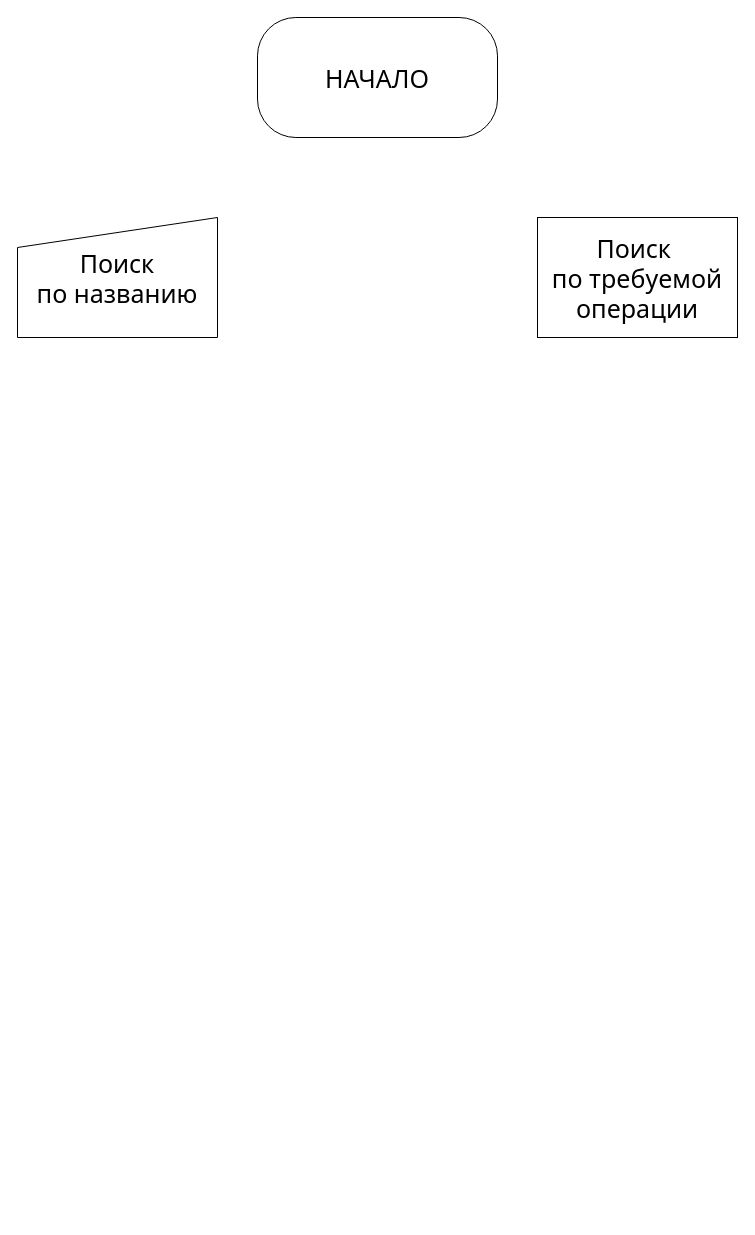
Before: Untitled 3.drawio in khanhbg339/Myproject, a draw.io diagram. Source tidied: cells renumbered, new cells numbered last; positions are measured from the earlier drawing's top-left corner, leaving out a move shared by most shapes. Both pictures are drawn from the tidied source at 100%, with x=0, y=0 at pixel (17, 17).
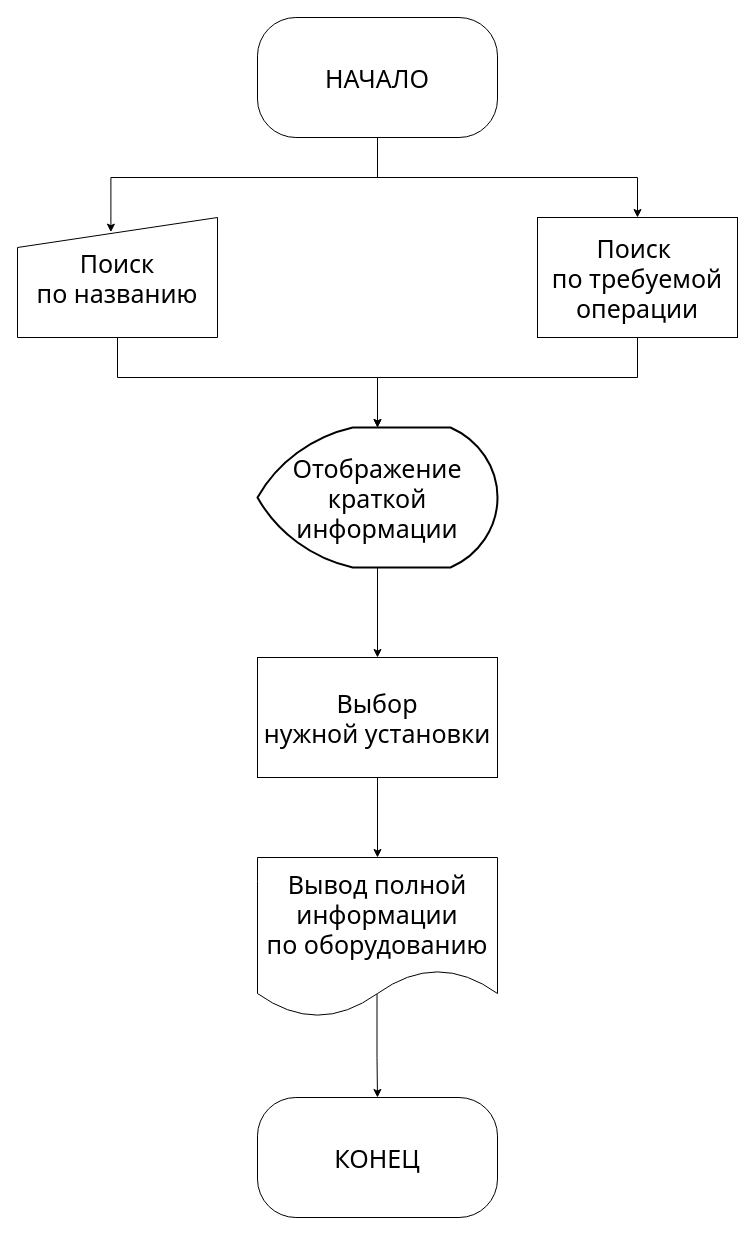
The same diagram, later.

Unchanged cells that the change refers to:
```xml
<mxCell id="2" value="&lt;font style=&quot;font-size: 25px;&quot;&gt;НАЧАЛО&lt;/font&gt;" style="rounded=1;whiteSpace=wrap;html=1;arcSize=32;fontFamily=Tahoma;fontSize=25;" parent="1" vertex="1">
  <mxGeometry x="240" width="240" height="120" as="geometry" />
</mxCell>
<mxCell id="3" value="Поиск &lt;br style=&quot;font-size: 25px;&quot;&gt;по названию" style="shape=manualInput;whiteSpace=wrap;html=1;fontSize=25;fontFamily=Tahoma;" parent="1" vertex="1">
  <mxGeometry y="200" width="200" height="120" as="geometry" />
</mxCell>
<mxCell id="4" value="Поиск&amp;nbsp;&lt;br style=&quot;font-size: 25px;&quot;&gt;по требуемой операции" style="rounded=0;whiteSpace=wrap;html=1;fontFamily=Tahoma;fontSize=25;" parent="1" vertex="1">
  <mxGeometry x="520" y="200" width="200" height="120" as="geometry" />
</mxCell>
```

The edit, as a diff of the source:
```diff
@@
+    <mxCell id="5" style="edgeStyle=orthogonalEdgeStyle;rounded=0;jettySize=auto;html=1;entryX=0.467;entryY=0.122;entryDx=0;entryDy=0;entryPerimeter=0;" parent="1" edge="1" source="2" target="3">
+      <mxGeometry relative="1" as="geometry">
+        <Array as="points">
+          <mxPoint x="360" y="160" />
+          <mxPoint x="93" y="160" />
+        </Array>
+      </mxGeometry>
+    </mxCell>
+    <mxCell id="6" style="edgeStyle=orthogonalEdgeStyle;rounded=0;jettySize=auto;html=1;exitX=0.5;exitY=1;exitDx=0;exitDy=0;entryX=0.5;entryY=0;entryDx=0;entryDy=0;" parent="1" edge="1" source="2" target="4">
+      <mxGeometry relative="1" as="geometry" />
+    </mxCell>
@@
+    <mxCell id="7" style="edgeStyle=orthogonalEdgeStyle;rounded=0;jettySize=auto;html=1;entryX=0.5;entryY=0;entryDx=0;entryDy=0;entryPerimeter=0;" parent="1" edge="1" source="3" target="10">
+      <mxGeometry relative="1" as="geometry">
+        <Array as="points">
+          <mxPoint x="100" y="360" />
+          <mxPoint x="360" y="360" />
+        </Array>
+      </mxGeometry>
+    </mxCell>
@@
+    <mxCell id="8" style="edgeStyle=orthogonalEdgeStyle;rounded=0;jettySize=auto;html=1;exitX=0.5;exitY=1;exitDx=0;exitDy=0;entryX=0.5;entryY=0;entryDx=0;entryDy=0;entryPerimeter=0;" parent="1" edge="1" source="4" target="10">
+      <mxGeometry relative="1" as="geometry">
+        <Array as="points">
+          <mxPoint x="620" y="360" />
+          <mxPoint x="360" y="360" />
+        </Array>
+      </mxGeometry>
+    </mxCell>
@@
+    <mxCell id="9" style="edgeStyle=orthogonalEdgeStyle;rounded=0;jettySize=auto;html=1;exitX=0.5;exitY=1;exitDx=0;exitDy=0;exitPerimeter=0;entryX=0.5;entryY=0;entryDx=0;entryDy=0;" parent="1" edge="1" source="10" target="12">
+      <mxGeometry relative="1" as="geometry" />
+    </mxCell>
+    <mxCell id="10" value="Отображение &lt;br style=&quot;font-size: 25px;&quot;&gt;краткой информации" style="strokeWidth=2;html=1;shape=mxgraph.flowchart.display;whiteSpace=wrap;fontFamily=Tahoma;fontSize=25;" parent="1" vertex="1">
+      <mxGeometry x="240" y="410" width="240" height="140" as="geometry" />
+    </mxCell>
+    <mxCell id="11" style="edgeStyle=orthogonalEdgeStyle;rounded=0;jettySize=auto;html=1;exitX=0.5;exitY=1;exitDx=0;exitDy=0;entryX=0.5;entryY=0;entryDx=0;entryDy=0;" parent="1" edge="1" source="12" target="14">
+      <mxGeometry relative="1" as="geometry" />
+    </mxCell>
+    <mxCell id="12" value="Выбор &lt;br&gt;нужной установки&lt;br&gt;" style="rounded=0;whiteSpace=wrap;html=1;fontFamily=Tahoma;fontSize=25;" parent="1" vertex="1">
+      <mxGeometry x="240" y="640" width="240" height="120" as="geometry" />
+    </mxCell>
+    <mxCell id="13" style="edgeStyle=orthogonalEdgeStyle;rounded=0;jettySize=auto;html=1;entryX=0.5;entryY=0;entryDx=0;entryDy=0;exitX=0.498;exitY=0.84;exitDx=0;exitDy=0;exitPerimeter=0;" parent="1" edge="1" source="14" target="15">
+      <mxGeometry relative="1" as="geometry" />
+    </mxCell>
+    <mxCell id="14" value="Вывод полной информации&lt;br style=&quot;font-size: 25px;&quot;&gt;по оборудованию" style="shape=document;whiteSpace=wrap;html=1;boundedLbl=1;fontFamily=Tahoma;fontSize=25;" parent="1" vertex="1">
+      <mxGeometry x="240" y="840" width="240" height="160" as="geometry" />
+    </mxCell>
+    <mxCell id="15" value="&lt;font style=&quot;font-size: 25px;&quot;&gt;КОНЕЦ&lt;/font&gt;" style="rounded=1;whiteSpace=wrap;html=1;arcSize=32;fontFamily=Tahoma;fontSize=25;" parent="1" vertex="1">
+      <mxGeometry x="240" y="1080" width="240" height="120" as="geometry" />
+    </mxCell>
```
